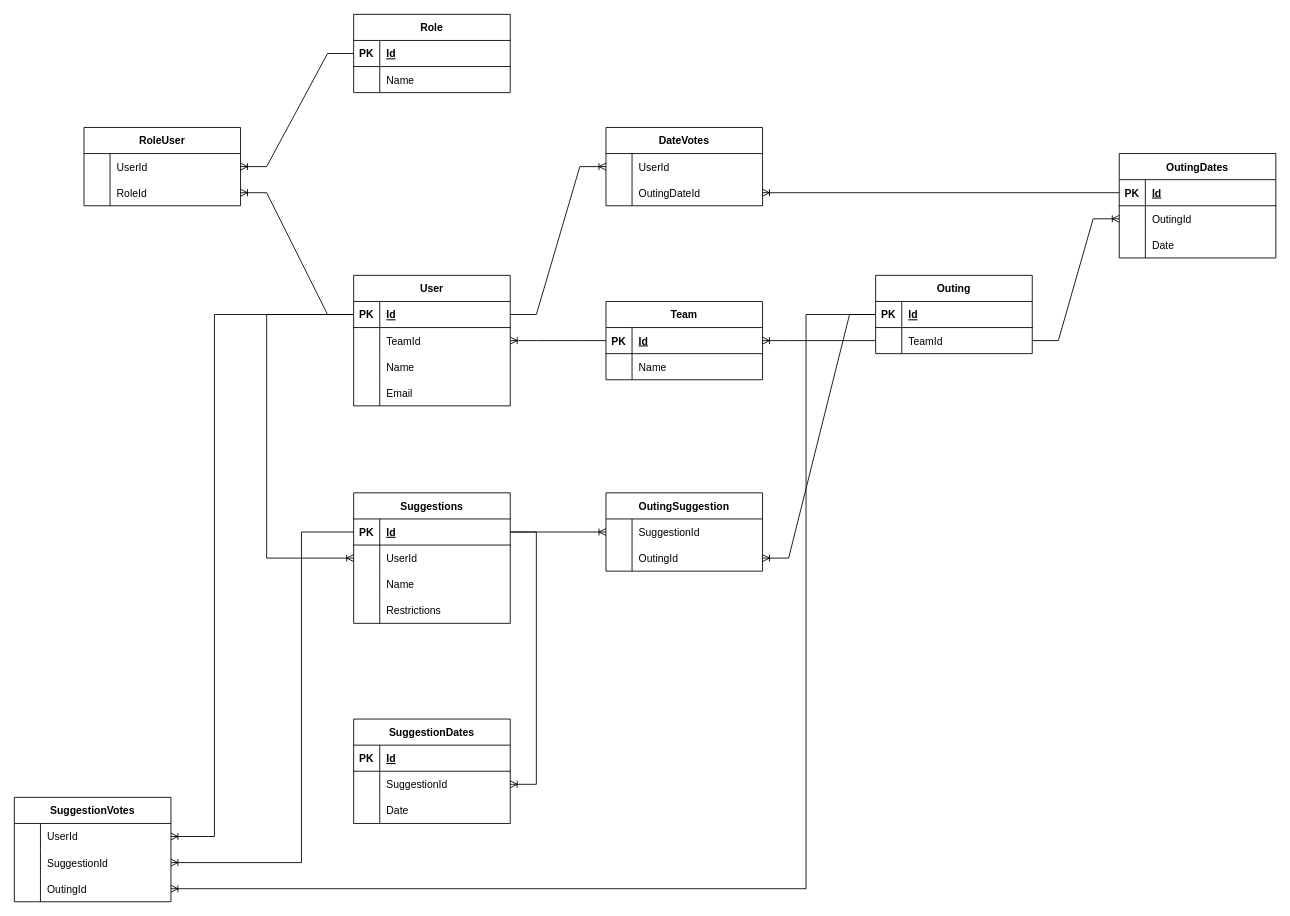
Before: docs/ERD.drawio in PS222407/cgi-talpa-groepsopdracht, a draw.io diagram. Source tidied: cells renumbered, new cells numbered last; positions are measured from the earlier drawing's top-left corner, leaving out a move shared by most shapes. Both pictures are drawn from the tidied source at 87%, with x=0, y=0 at pixel (14, 14).
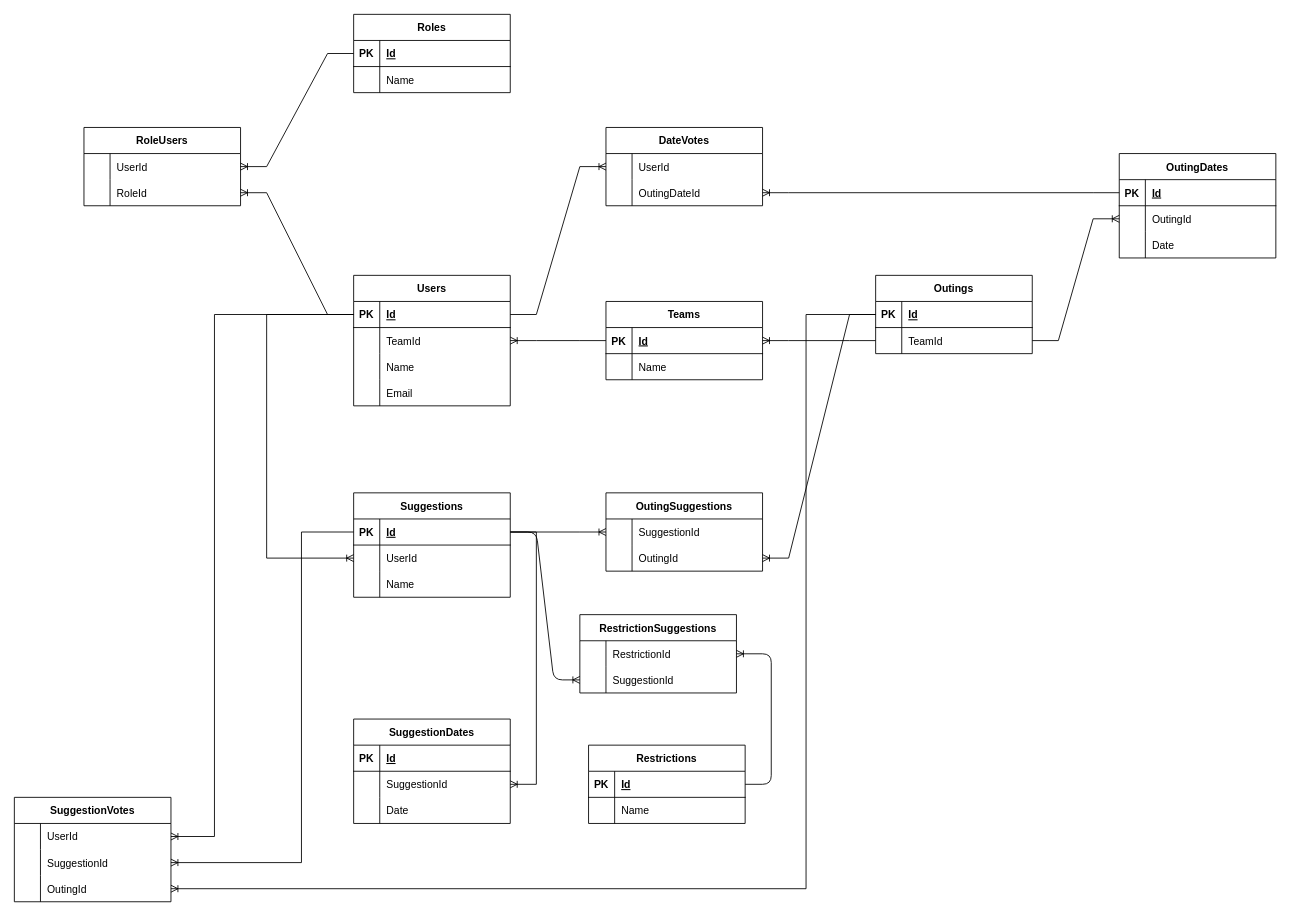
After the change.

The change refers to these unchanged cells:
```xml
<mxCell id="32" style="shape=tableRow;horizontal=0;startSize=0;swimlaneHead=0;swimlaneBody=0;fillColor=none;points=[[0,0.5],[1,0.5]];portConstraint=eastwest;top=0;left=0;right=0;bottom=1;rounded=0;" parent="31" vertex="1">
  <mxGeometry y="30" width="180" height="30" as="geometry" />
</mxCell>
```

Change to the diagram source:
```diff
@@
-    <mxCell id="2" value="User" style="shape=table;startSize=30;childLayout=tableLayout;rowLines=0;fontStyle=1;align=center;rounded=0;" parent="1" vertex="1">
+    <mxCell id="2" value="Users" style="shape=table;startSize=30;childLayout=tableLayout;rowLines=0;fontStyle=1;align=center;rounded=0;" parent="1" vertex="1">
       <mxGeometry x="390" y="300" width="180" height="150" as="geometry" />
     </mxCell>
@@
-    <mxCell id="15" value="Role" style="shape=table;startSize=30;childLayout=tableLayout;rowLines=0;fontStyle=1;align=center;rounded=0;" parent="1" vertex="1">
+    <mxCell id="15" value="Roles" style="shape=table;startSize=30;childLayout=tableLayout;rowLines=0;fontStyle=1;align=center;rounded=0;" parent="1" vertex="1">
       <mxGeometry x="390" width="180" height="90" as="geometry" />
     </mxCell>
@@
-    <mxCell id="22" value="RoleUser" style="shape=table;startSize=30;childLayout=tableLayout;rowLines=0;fontStyle=1;align=center;rounded=0;" parent="1" vertex="1">
+    <mxCell id="22" value="RoleUsers" style="shape=table;startSize=30;childLayout=tableLayout;rowLines=0;fontStyle=1;align=center;rounded=0;" parent="1" vertex="1">
       <mxGeometry x="80" y="130" width="180" height="90" as="geometry" />
     </mxCell>
@@
     <mxCell id="31" value="Suggestions" style="shape=table;startSize=30;childLayout=tableLayout;rowLines=0;fontStyle=1;align=center;rounded=0;" parent="1" vertex="1">
-      <mxGeometry x="390" y="550" width="180" height="150" as="geometry" />
+      <mxGeometry x="390" y="550" width="180" height="120" as="geometry" />
     </mxCell>
@@
-    <mxCell id="41" style="shape=tableRow;horizontal=0;startSize=0;swimlaneHead=0;swimlaneBody=0;fillColor=none;top=0;left=0;right=0;bottom=0;rounded=0;" parent="31" vertex="1">
-      <mxGeometry y="120" width="180" height="30" as="geometry" />
-    </mxCell>
-    <mxCell id="42" style="shape=partialRectangle;fillColor=none;top=0;left=0;bottom=0;right=0;overflow=hidden;rounded=0;" parent="41" vertex="1">
-      <mxGeometry width="30" height="30" as="geometry" />
-    </mxCell>
-    <mxCell id="43" value="Restrictions" style="shape=partialRectangle;fillColor=none;top=0;left=0;bottom=0;right=0;align=left;spacingLeft=6;overflow=hidden;rounded=0;" parent="41" vertex="1">
-      <mxGeometry x="30" width="150" height="30" as="geometry" />
-    </mxCell>
-    <mxCell id="44" value="OutingSuggestion" style="shape=table;startSize=30;childLayout=tableLayout;rowLines=0;fontStyle=1;align=center;rounded=0;" parent="1" vertex="1">
+    <mxCell id="44" value="OutingSuggestions" style="shape=table;startSize=30;childLayout=tableLayout;rowLines=0;fontStyle=1;align=center;rounded=0;" parent="1" vertex="1">
       <mxGeometry x="680" y="550" width="180" height="90" as="geometry" />
     </mxCell>
@@
-    <mxCell id="51" value="Outing" style="shape=table;startSize=30;childLayout=tableLayout;rowLines=0;fontStyle=1;align=center;rounded=0;" parent="1" vertex="1">
+    <mxCell id="51" value="Outings" style="shape=table;startSize=30;childLayout=tableLayout;rowLines=0;fontStyle=1;align=center;rounded=0;" parent="1" vertex="1">
       <mxGeometry x="990" y="300" width="180" height="90" as="geometry" />
     </mxCell>
@@
-    <mxCell id="58" value="Team" style="shape=table;startSize=30;childLayout=tableLayout;rowLines=0;fontStyle=1;align=center;rounded=0;" parent="1" vertex="1">
+    <mxCell id="58" value="Teams" style="shape=table;startSize=30;childLayout=tableLayout;rowLines=0;fontStyle=1;align=center;rounded=0;" parent="1" vertex="1">
       <mxGeometry x="680" y="330" width="180" height="90" as="geometry" />
     </mxCell>
@@
+    <mxCell id="114" value="RestrictionSuggestions" style="shape=table;startSize=30;childLayout=tableLayout;rowLines=0;fontStyle=1;align=center;rounded=0;" parent="1" vertex="1">
+      <mxGeometry x="650" y="690" width="180" height="90" as="geometry" />
+    </mxCell>
+    <mxCell id="115" style="shape=tableRow;horizontal=0;startSize=0;swimlaneHead=0;swimlaneBody=0;fillColor=none;points=[[0,0.5],[1,0.5]];portConstraint=eastwest;top=0;left=0;right=0;bottom=0;rounded=0;" parent="114" vertex="1">
+      <mxGeometry y="30" width="180" height="30" as="geometry" />
+    </mxCell>
+    <mxCell id="116" style="shape=partialRectangle;fillColor=none;top=0;left=0;bottom=0;right=0;overflow=hidden;rounded=0;" parent="115" vertex="1">
+      <mxGeometry width="30" height="30" as="geometry" />
+    </mxCell>
+    <mxCell id="117" value="RestrictionId" style="shape=partialRectangle;fillColor=none;top=0;left=0;bottom=0;right=0;align=left;spacingLeft=6;overflow=hidden;rounded=0;" parent="115" vertex="1">
+      <mxGeometry x="30" width="150" height="30" as="geometry" />
+    </mxCell>
+    <mxCell id="118" style="shape=tableRow;horizontal=0;startSize=0;swimlaneHead=0;swimlaneBody=0;fillColor=none;points=[[0,0.5],[1,0.5]];portConstraint=eastwest;top=0;left=0;right=0;bottom=0;rounded=0;" parent="114" vertex="1">
+      <mxGeometry y="60" width="180" height="30" as="geometry" />
+    </mxCell>
+    <mxCell id="119" style="shape=partialRectangle;fillColor=none;top=0;left=0;bottom=0;right=0;overflow=hidden;rounded=0;" parent="118" vertex="1">
+      <mxGeometry width="30" height="30" as="geometry" />
+    </mxCell>
+    <mxCell id="120" value="SuggestionId" style="shape=partialRectangle;fillColor=none;top=0;left=0;bottom=0;right=0;align=left;spacingLeft=6;overflow=hidden;rounded=0;" parent="118" vertex="1">
+      <mxGeometry x="30" width="150" height="30" as="geometry" />
+    </mxCell>
+    <mxCell id="43" value="Restrictions" style="shape=table;startSize=30;childLayout=tableLayout;rowLines=0;fontStyle=1;align=center;rounded=0;" parent="1" vertex="1">
+      <mxGeometry x="660" y="840" width="180" height="90" as="geometry" />
+    </mxCell>
+    <mxCell id="121" style="shape=tableRow;horizontal=0;startSize=0;swimlaneHead=0;swimlaneBody=0;fillColor=none;points=[[0,0.5],[1,0.5]];portConstraint=eastwest;top=0;left=0;right=0;bottom=1;rounded=0;" parent="43" vertex="1">
+      <mxGeometry y="30" width="180" height="30" as="geometry" />
+    </mxCell>
+    <mxCell id="122" value="PK" style="shape=partialRectangle;fillColor=none;top=0;left=0;bottom=0;right=0;fontStyle=1;overflow=hidden;rounded=0;" parent="121" vertex="1">
+      <mxGeometry width="30" height="30" as="geometry" />
+    </mxCell>
+    <mxCell id="123" value="Id" style="shape=partialRectangle;fillColor=none;top=0;left=0;bottom=0;right=0;align=left;spacingLeft=6;fontStyle=5;overflow=hidden;rounded=0;" parent="121" vertex="1">
+      <mxGeometry x="30" width="150" height="30" as="geometry" />
+    </mxCell>
+    <mxCell id="124" style="shape=tableRow;horizontal=0;startSize=0;swimlaneHead=0;swimlaneBody=0;fillColor=none;top=0;left=0;right=0;bottom=0;rounded=0;" parent="43" vertex="1">
+      <mxGeometry y="60" width="180" height="30" as="geometry" />
+    </mxCell>
+    <mxCell id="125" style="shape=partialRectangle;fillColor=none;top=0;left=0;bottom=0;right=0;overflow=hidden;rounded=0;" parent="124" vertex="1">
+      <mxGeometry width="30" height="30" as="geometry" />
+    </mxCell>
+    <mxCell id="126" value="Name" style="shape=partialRectangle;fillColor=none;top=0;left=0;bottom=0;right=0;align=left;spacingLeft=6;overflow=hidden;rounded=0;" parent="124" vertex="1">
+      <mxGeometry x="30" width="150" height="30" as="geometry" />
+    </mxCell>
+    <mxCell id="127" style="edgeStyle=entityRelationEdgeStyle;fontSize=12;html=1;endArrow=ERoneToMany;" parent="1" edge="1" source="32" target="118">
+      <mxGeometry relative="1" as="geometry" />
+    </mxCell>
+    <mxCell id="128" style="edgeStyle=entityRelationEdgeStyle;fontSize=12;html=1;endArrow=ERoneToMany;" parent="1" edge="1" source="121" target="115">
+      <mxGeometry relative="1" as="geometry" />
+    </mxCell>
```
